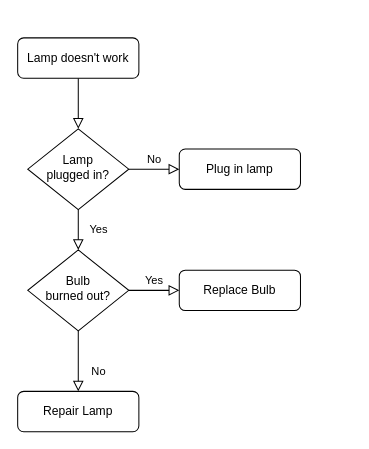
trustinveritas/draw.io keeps this draw.io diagram as Untitled Diagram.drawio. Above is the earlier version. Source tidied: cells renumbered, new cells numbered last; positions are measured from the earlier drawing's top-left corner, leaving out a move shared by most shapes. Both pictures are drawn from the tidied source at 101%, with x=0, y=0 at pixel (17, 37).
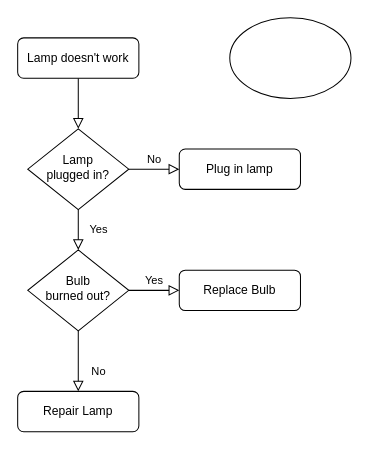
After the change.

What changed in the source:
```diff
@@
 <mxGraphModel>
   <root>
     <mxCell id="0" />
     <mxCell id="1" parent="0" />
     <mxCell id="2" style="rounded=0;html=1;jettySize=auto;fontSize=11;endArrow=block;endFill=0;endSize=8;strokeWidth=1;shadow=0;labelBackgroundColor=none;edgeStyle=orthogonalEdgeStyle;" parent="1" edge="1" source="3" target="6">
       <mxGeometry relative="1" as="geometry" />
     </mxCell>
     <mxCell id="3" value="Lamp doesn't work" style="rounded=1;whiteSpace=wrap;html=1;fontSize=12;glass=0;strokeWidth=1;shadow=0;" parent="1" vertex="1">
       <mxGeometry width="120" height="40" as="geometry" />
     </mxCell>
     <mxCell id="4" value="Yes" style="rounded=0;html=1;jettySize=auto;fontSize=11;endArrow=block;endFill=0;endSize=8;strokeWidth=1;shadow=0;labelBackgroundColor=none;edgeStyle=orthogonalEdgeStyle;" parent="1" edge="1" source="6" target="10">
       <mxGeometry y="20" relative="1" as="geometry" />
     </mxCell>
     <mxCell id="5" value="No" style="edgeStyle=orthogonalEdgeStyle;rounded=0;html=1;jettySize=auto;fontSize=11;endArrow=block;endFill=0;endSize=8;strokeWidth=1;shadow=0;labelBackgroundColor=none;" parent="1" edge="1" source="6" target="7">
       <mxGeometry y="10" relative="1" as="geometry" />
     </mxCell>
     <mxCell id="6" value="Lamp&lt;br&gt;plugged in?" style="rhombus;whiteSpace=wrap;html=1;shadow=0;fontFamily=Helvetica;fontSize=12;align=center;strokeWidth=1;spacing=6;spacingTop=-4;" parent="1" vertex="1">
       <mxGeometry x="10" y="90" width="100" height="80" as="geometry" />
     </mxCell>
     <mxCell id="7" value="Plug in lamp" style="rounded=1;whiteSpace=wrap;html=1;fontSize=12;glass=0;strokeWidth=1;shadow=0;" parent="1" vertex="1">
       <mxGeometry x="160" y="110" width="120" height="40" as="geometry" />
     </mxCell>
     <mxCell id="8" value="No" style="rounded=0;html=1;jettySize=auto;fontSize=11;endArrow=block;endFill=0;endSize=8;strokeWidth=1;shadow=0;labelBackgroundColor=none;edgeStyle=orthogonalEdgeStyle;" parent="1" edge="1" source="10" target="11">
       <mxGeometry x="0.33" y="20" relative="1" as="geometry" />
     </mxCell>
     <mxCell id="9" value="Yes" style="edgeStyle=orthogonalEdgeStyle;rounded=0;html=1;jettySize=auto;fontSize=11;endArrow=block;endFill=0;endSize=8;strokeWidth=1;shadow=0;labelBackgroundColor=none;" parent="1" edge="1" source="10" target="12">
       <mxGeometry y="10" relative="1" as="geometry" />
     </mxCell>
     <mxCell id="10" value="Bulb&lt;br&gt;burned out?" style="rhombus;whiteSpace=wrap;html=1;shadow=0;fontFamily=Helvetica;fontSize=12;align=center;strokeWidth=1;spacing=6;spacingTop=-4;" parent="1" vertex="1">
       <mxGeometry x="10" y="210" width="100" height="80" as="geometry" />
     </mxCell>
     <mxCell id="11" value="Repair Lamp" style="rounded=1;whiteSpace=wrap;html=1;fontSize=12;glass=0;strokeWidth=1;shadow=0;" parent="1" vertex="1">
       <mxGeometry y="350" width="120" height="40" as="geometry" />
     </mxCell>
     <mxCell id="12" value="Replace Bulb" style="rounded=1;whiteSpace=wrap;html=1;fontSize=12;glass=0;strokeWidth=1;shadow=0;" parent="1" vertex="1">
       <mxGeometry x="160" y="230" width="120" height="40" as="geometry" />
     </mxCell>
+    <mxCell id="13" style="ellipse;whiteSpace=wrap;html=1;" parent="1" vertex="1">
+      <mxGeometry x="210" y="-20" width="120" height="80" as="geometry" />
+    </mxCell>
   </root>
 </mxGraphModel>
```
